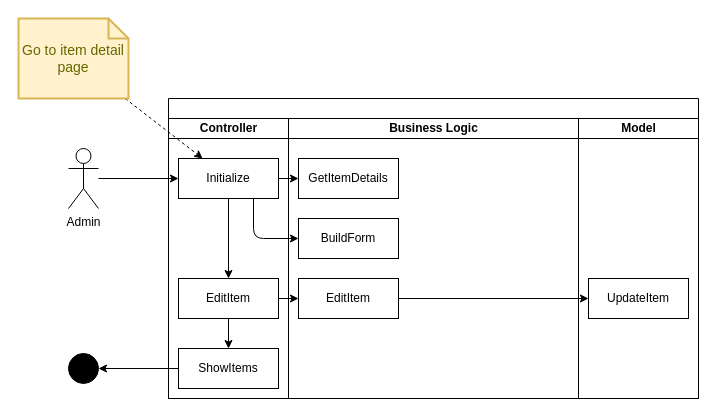
The draw.io diagram diagrams/ASD/EditItem.drawio in JochemGrootherder/educom-webshop-runtime-records, before the edit. Source tidied: cells renumbered, new cells numbered last; positions are measured from the earlier drawing's top-left corner, leaving out a move shared by most shapes. Both pictures are drawn from the tidied source at 100%, with x=0, y=0 at pixel (18, 18).
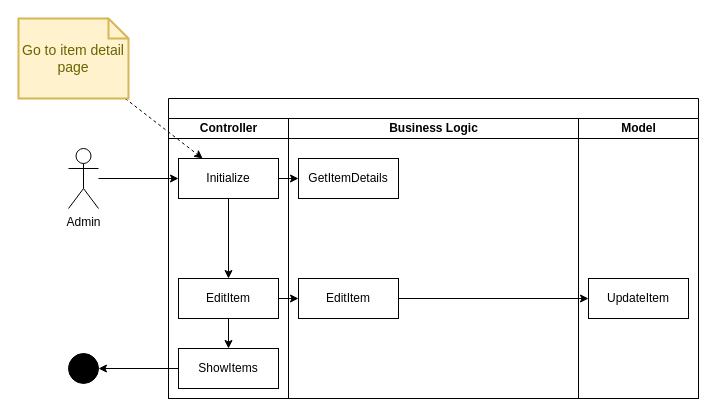
The same page after the edit.

Unchanged cells that the change refers to:
```xml
<mxCell id="2" style="swimlane;startSize=20;html=1;" parent="1" vertex="1">
  <mxGeometry x="150" y="80" width="530" height="300" as="geometry" />
</mxCell>
<mxCell id="5" value="Initialize" style="rounded=0;whiteSpace=wrap;html=1;" parent="3" vertex="1">
  <mxGeometry x="10" y="40" width="100" height="40" as="geometry" />
</mxCell>
<mxCell id="9" value="Business Logic" style="swimlane;startSize=20;html=1;" parent="2" vertex="1">
  <mxGeometry x="120" y="20" width="290" height="280" as="geometry" />
</mxCell>
```

The edit, as a diff of the source:
```diff
@@
-    <mxCell id="12" value="BuildForm" style="rounded=0;whiteSpace=wrap;html=1;" parent="9" vertex="1">
-      <mxGeometry x="10" y="100" width="100" height="40" as="geometry" />
-    </mxCell>
@@
-    <mxCell id="18" style="edgeStyle=orthogonalEdgeStyle;html=1;exitX=0.75;exitY=1;exitDx=0;exitDy=0;" parent="2" edge="1" source="5" target="12">
-      <mxGeometry relative="1" as="geometry">
-        <Array as="points">
-          <mxPoint x="85" y="140" />
-        </Array>
-      </mxGeometry>
-    </mxCell>
```
